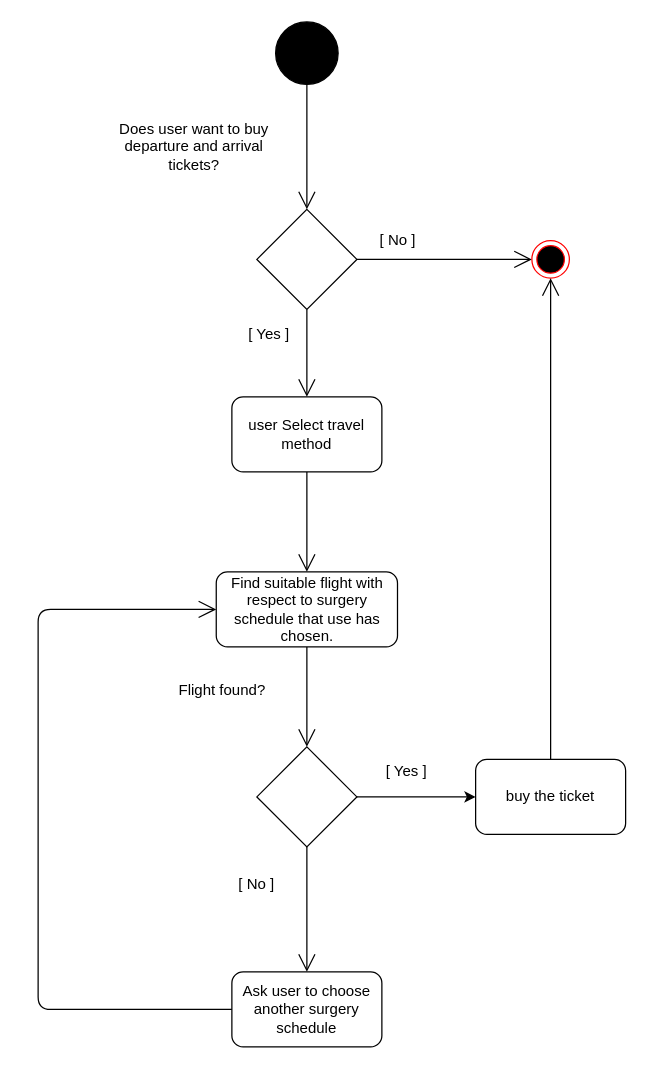
NegarES/medical_tourism keeps this draw.io diagram as activity_diagram/reserve_flight_activity_diagram.drawio. Above is the earlier version. Source tidied: cells renumbered, new cells numbered last; positions are measured from the earlier drawing's top-left corner, leaving out a move shared by most shapes. Both pictures are drawn from the tidied source at 125%, with x=0, y=0 at pixel (38, 21).
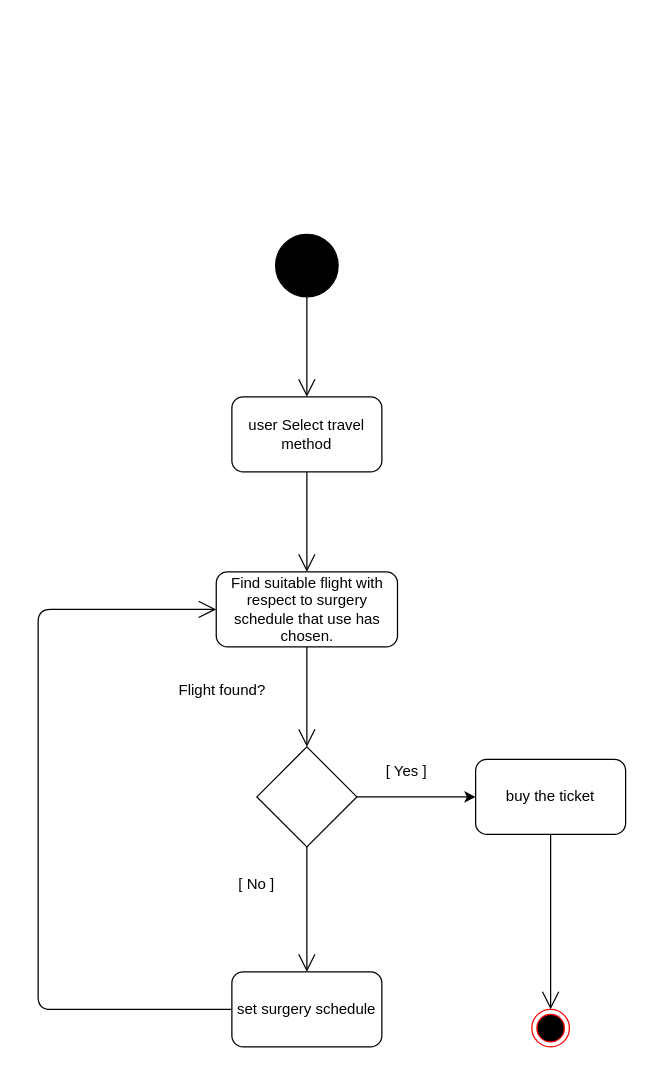
The same diagram, later.

Commit message (it also covers changes not shown here):
condition at the begining of diagram removed

Unchanged cells that the change refers to:
```xml
<mxCell id="16" value="buy the ticket" style="rounded=1;whiteSpace=wrap;html=1;fillColor=#FFFFFF;" parent="1" vertex="1">
  <mxGeometry x="350" y="590" width="120" height="60" as="geometry" />
</mxCell>
<mxCell id="23" value="user Select travel method" style="rounded=1;whiteSpace=wrap;html=1;" parent="1" vertex="1">
  <mxGeometry x="155" y="300" width="120" height="60" as="geometry" />
</mxCell>
```

The edit, as a diff of the source:
```diff
@@
     <mxCell id="2" style="ellipse;whiteSpace=wrap;html=1;fillColor=#000000;" parent="1" vertex="1">
-      <mxGeometry x="190" width="50" height="50" as="geometry" />
+      <mxGeometry x="190" y="170" width="50" height="50" as="geometry" />
     </mxCell>
-    <mxCell id="3" style="endArrow=open;endFill=1;endSize=12;html=1;exitX=0.5;exitY=1;exitDx=0;exitDy=0;entryX=0.5;entryY=0;entryDx=0;entryDy=0;" parent="1" edge="1" source="2" target="5">
+    <mxCell id="3" style="endArrow=open;endFill=1;endSize=12;html=1;exitX=0.5;exitY=1;exitDx=0;exitDy=0;entryX=0.5;entryY=0;entryDx=0;entryDy=0;" parent="1" edge="1" source="2" target="23">
       <mxGeometry relative="1" as="geometry" />
     </mxCell>
-    <mxCell id="4" value="Does user want to buy departure and arrival tickets?" style="text;html=1;strokeColor=none;fillColor=none;align=center;verticalAlign=middle;whiteSpace=wrap;rounded=0;" parent="1" vertex="1">
-      <mxGeometry x="60" y="85" width="130" height="30" as="geometry" />
-    </mxCell>
-    <mxCell id="5" style="rhombus;whiteSpace=wrap;html=1;fillColor=#FFFFFF;" parent="1" vertex="1">
-      <mxGeometry x="175" y="150" width="80" height="80" as="geometry" />
-    </mxCell>
-    <mxCell id="6" style="endArrow=open;endFill=1;endSize=12;html=1;exitX=1;exitY=0.5;exitDx=0;exitDy=0;" parent="1" edge="1" source="5" target="8">
-      <mxGeometry relative="1" as="geometry" />
-    </mxCell>
-    <mxCell id="7" value="[ No ]" style="text;html=1;strokeColor=none;fillColor=none;align=center;verticalAlign=middle;whiteSpace=wrap;rounded=0;" parent="1" vertex="1">
-      <mxGeometry x="267.5" y="165" width="40" height="20" as="geometry" />
-    </mxCell>
     <mxCell id="8" style="ellipse;html=1;shape=endState;fillColor=#000000;strokeColor=#ff0000;" parent="1" vertex="1">
-      <mxGeometry x="395" y="175" width="30" height="30" as="geometry" />
+      <mxGeometry x="395" y="790" width="30" height="30" as="geometry" />
     </mxCell>
@@
-    <mxCell id="10" value="[ Yes ]" style="text;html=1;strokeColor=none;fillColor=none;align=center;verticalAlign=middle;whiteSpace=wrap;rounded=0;" parent="1" vertex="1">
-      <mxGeometry x="165" y="240" width="40" height="20" as="geometry" />
-    </mxCell>
@@
-    <mxCell id="18" style="endArrow=open;endFill=1;endSize=12;html=1;exitX=0.5;exitY=0;exitDx=0;exitDy=0;" parent="1" edge="1" source="16" target="8">
+    <mxCell id="18" style="endArrow=open;endFill=1;endSize=12;html=1;exitX=0.5;exitY=1;exitDx=0;exitDy=0;" parent="1" edge="1" source="16" target="8">
       <mxGeometry relative="1" as="geometry" />
     </mxCell>
@@
-    <mxCell id="21" value="Ask user to choose another surgery schedule" style="rounded=1;whiteSpace=wrap;html=1;fillColor=#FFFFFF;" parent="1" vertex="1">
+    <mxCell id="21" value="set surgery schedule" style="rounded=1;whiteSpace=wrap;html=1;fillColor=#FFFFFF;" parent="1" vertex="1">
       <mxGeometry x="155" y="760" width="120" height="60" as="geometry" />
     </mxCell>
@@
-    <mxCell id="24" style="endArrow=open;endFill=1;endSize=12;html=1;exitX=0.5;exitY=1;exitDx=0;exitDy=0;entryX=0.5;entryY=0;entryDx=0;entryDy=0;" parent="1" edge="1" source="5" target="23">
-      <mxGeometry relative="1" as="geometry" />
-    </mxCell>
```
